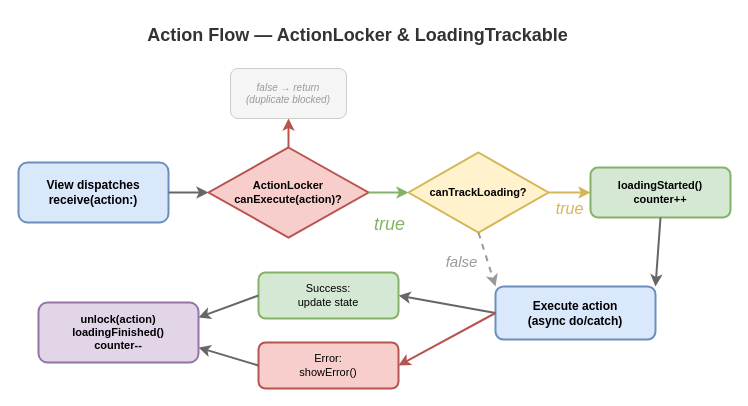
Above: docs/images/action-flow.drawio in anthony1810/ScreenStateKit (draw.io), before the change. Source tidied: cells renumbered, new cells numbered last; positions are measured from the earlier drawing's top-left corner, leaving out a move shared by most shapes. Both pictures are drawn from the tidied source at 100%, with x=0, y=0 at pixel (18, 17).
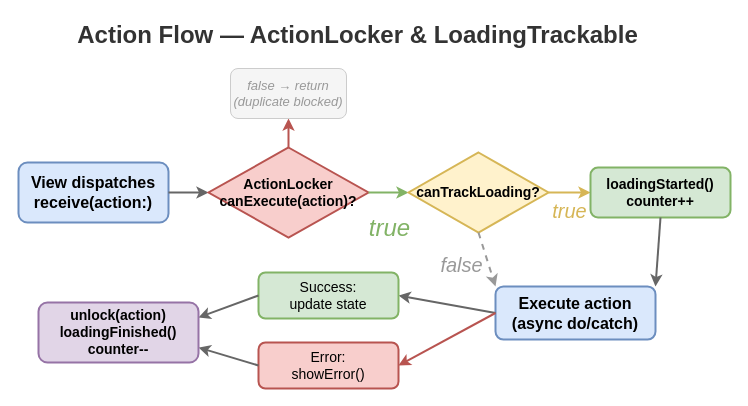
The same page after the edit.

Change to the diagram source:
```diff
@@
-    <mxCell id="2" value="Action Flow — ActionLocker &amp; LoadingTrackable" style="text;html=1;fontSize=18;fontStyle=1;align=center;verticalAlign=middle;fillColor=none;strokeColor=none;fontColor=#333333;" parent="1" vertex="1">
+    <mxCell id="2" value="Action Flow — ActionLocker &amp; LoadingTrackable" style="text;html=1;fontSize=24;fontStyle=1;align=center;verticalAlign=middle;fillColor=none;strokeColor=none;fontColor=#333333;" parent="1" vertex="1">
       <mxGeometry x="39" width="600" height="36" as="geometry" />
     </mxCell>
-    <mxCell id="3" value="View dispatches&#10;receive(action:)" style="rounded=1;whiteSpace=wrap;html=1;fillColor=#dae8fc;strokeColor=#6c8ebf;strokeWidth=2;fontSize=12;fontStyle=1;" parent="1" vertex="1">
+    <mxCell id="3" value="View dispatches&#10;receive(action:)" style="rounded=1;whiteSpace=wrap;html=1;fillColor=#dae8fc;strokeColor=#6c8ebf;strokeWidth=2;fontSize=16;fontStyle=1;" parent="1" vertex="1">
       <mxGeometry y="145" width="150" height="60" as="geometry" />
     </mxCell>
@@
-    <mxCell id="5" value="ActionLocker&#10;canExecute(action)?" style="rhombus;whiteSpace=wrap;html=1;fillColor=#f8cecc;strokeColor=#b85450;strokeWidth=2;fontSize=11;fontStyle=1;" parent="1" vertex="1">
+    <mxCell id="5" value="ActionLocker&#10;canExecute(action)?" style="rhombus;whiteSpace=wrap;html=1;fillColor=#f8cecc;strokeColor=#b85450;strokeWidth=2;fontSize=14;fontStyle=1;" parent="1" vertex="1">
       <mxGeometry x="190" y="130" width="160" height="90" as="geometry" />
     </mxCell>
@@
-    <mxCell id="7" value="false → return&#10;(duplicate blocked)" style="rounded=1;whiteSpace=wrap;html=1;fillColor=#f5f5f5;strokeColor=#CCCCCC;strokeWidth=1;fontSize=10;fontStyle=2;fontColor=#999999;" parent="1" vertex="1">
+    <mxCell id="7" value="false → return&#10;(duplicate blocked)" style="rounded=1;whiteSpace=wrap;html=1;fillColor=#f5f5f5;strokeColor=#CCCCCC;strokeWidth=1;fontSize=13;fontStyle=2;fontColor=#999999;" parent="1" vertex="1">
       <mxGeometry x="212" y="51" width="116" height="50" as="geometry" />
     </mxCell>
-    <mxCell id="8" value="true" style="endArrow=classic;html=1;strokeWidth=2;strokeColor=#82b366;exitX=1;exitY=0.5;entryX=0;entryY=0.5;fontStyle=2;fontSize=18;fontColor=#82b366;labelPosition=center;verticalLabelPosition=bottom;align=center;verticalAlign=top;labelBackgroundColor=none;" parent="1" edge="1">
+    <mxCell id="8" value="true" style="endArrow=classic;html=1;strokeWidth=2;strokeColor=#82b366;exitX=1;exitY=0.5;entryX=0;entryY=0.5;fontStyle=2;fontSize=24;fontColor=#82b366;labelPosition=center;verticalLabelPosition=bottom;align=center;verticalAlign=top;labelBackgroundColor=none;" parent="1" edge="1">
       <mxGeometry x="0.05" y="-15" relative="1" as="geometry">
         <mxPoint x="350" y="175" as="sourcePoint" />
         <mxPoint x="390" y="175" as="targetPoint" />
       </mxGeometry>
     </mxCell>
-    <mxCell id="9" value="canTrackLoading?" style="rhombus;whiteSpace=wrap;html=1;fillColor=#fff2cc;strokeColor=#d6b656;strokeWidth=2;fontSize=11;fontStyle=1;" parent="1" vertex="1">
+    <mxCell id="9" value="canTrackLoading?" style="rhombus;whiteSpace=wrap;html=1;fillColor=#fff2cc;strokeColor=#d6b656;strokeWidth=2;fontSize=14;fontStyle=1;" parent="1" vertex="1">
       <mxGeometry x="390" y="135" width="140" height="80" as="geometry" />
     </mxCell>
-    <mxCell id="10" value="true" style="endArrow=classic;html=1;strokeWidth=2;strokeColor=#d6b656;exitX=1;exitY=0.5;entryX=0;entryY=0.5;fontStyle=2;fontSize=16;fontColor=#d6b656;labelPosition=center;verticalLabelPosition=bottom;align=center;verticalAlign=top;labelBackgroundColor=none;" parent="1" edge="1" source="9" target="11">
+    <mxCell id="10" value="true" style="endArrow=classic;html=1;strokeWidth=2;strokeColor=#d6b656;exitX=1;exitY=0.5;entryX=0;entryY=0.5;fontStyle=2;fontSize=20;fontColor=#d6b656;labelPosition=center;verticalLabelPosition=bottom;align=center;verticalAlign=top;labelBackgroundColor=none;" parent="1" edge="1" source="9" target="11">
       <mxGeometry relative="1" as="geometry" />
     </mxCell>
-    <mxCell id="11" value="loadingStarted()&#10;counter++" style="rounded=1;whiteSpace=wrap;html=1;fillColor=#d5e8d4;strokeColor=#82b366;strokeWidth=2;fontSize=11;fontStyle=1;" parent="1" vertex="1">
+    <mxCell id="11" value="loadingStarted()&#10;counter++" style="rounded=1;whiteSpace=wrap;html=1;fillColor=#d5e8d4;strokeColor=#82b366;strokeWidth=2;fontSize=14;fontStyle=1;" parent="1" vertex="1">
       <mxGeometry x="572" y="150" width="140" height="50" as="geometry" />
     </mxCell>
-    <mxCell id="12" value="false" style="endArrow=classic;html=1;strokeWidth=2;strokeColor=#999999;dashed=1;exitX=0.5;exitY=1;entryX=0;entryY=0;fontStyle=2;fontSize=15;fontColor=#999999;labelPosition=center;verticalLabelPosition=bottom;align=center;verticalAlign=top;labelBackgroundColor=none;" parent="1" edge="1" source="9" target="14">
+    <mxCell id="12" value="false" style="endArrow=classic;html=1;strokeWidth=2;strokeColor=#999999;dashed=1;exitX=0.5;exitY=1;entryX=0;entryY=0;fontStyle=2;fontSize=20;fontColor=#999999;labelPosition=center;verticalLabelPosition=bottom;align=center;verticalAlign=top;labelBackgroundColor=none;" parent="1" edge="1" source="9" target="14">
       <mxGeometry x="-0.71" y="-20" relative="1" as="geometry" />
     </mxCell>
@@
-    <mxCell id="14" value="Execute action&#10;(async do/catch)" style="rounded=1;whiteSpace=wrap;html=1;fillColor=#dae8fc;strokeColor=#6c8ebf;strokeWidth=2;fontSize=12;fontStyle=1;" parent="1" vertex="1">
+    <mxCell id="14" value="Execute action&#10;(async do/catch)" style="rounded=1;whiteSpace=wrap;html=1;fillColor=#dae8fc;strokeColor=#6c8ebf;strokeWidth=2;fontSize=16;fontStyle=1;" parent="1" vertex="1">
       <mxGeometry x="477" y="269" width="160" height="53" as="geometry" />
     </mxCell>
@@
-    <mxCell id="16" value="Success:&#10;update state" style="rounded=1;whiteSpace=wrap;html=1;fillColor=#d5e8d4;strokeColor=#82b366;strokeWidth=2;fontSize=11;" parent="1" vertex="1">
+    <mxCell id="16" value="Success:&#10;update state" style="rounded=1;whiteSpace=wrap;html=1;fillColor=#d5e8d4;strokeColor=#82b366;strokeWidth=2;fontSize=14;" parent="1" vertex="1">
       <mxGeometry x="240" y="255" width="140" height="46" as="geometry" />
     </mxCell>
@@
-    <mxCell id="18" value="Error:&#10;showError()" style="rounded=1;whiteSpace=wrap;html=1;fillColor=#f8cecc;strokeColor=#b85450;strokeWidth=2;fontSize=11;" parent="1" vertex="1">
+    <mxCell id="18" value="Error:&#10;showError()" style="rounded=1;whiteSpace=wrap;html=1;fillColor=#f8cecc;strokeColor=#b85450;strokeWidth=2;fontSize=14;" parent="1" vertex="1">
       <mxGeometry x="240" y="325" width="140" height="46" as="geometry" />
     </mxCell>
@@
-    <mxCell id="21" value="unlock(action)&#10;loadingFinished()&#10;counter--" style="rounded=1;whiteSpace=wrap;html=1;fillColor=#e1d5e7;strokeColor=#9673a6;strokeWidth=2;fontSize=11;fontStyle=1;" parent="1" vertex="1">
+    <mxCell id="21" value="unlock(action)&#10;loadingFinished()&#10;counter--" style="rounded=1;whiteSpace=wrap;html=1;fillColor=#e1d5e7;strokeColor=#9673a6;strokeWidth=2;fontSize=14;fontStyle=1;" parent="1" vertex="1">
       <mxGeometry x="20" y="285" width="160" height="60" as="geometry" />
     </mxCell>
```
